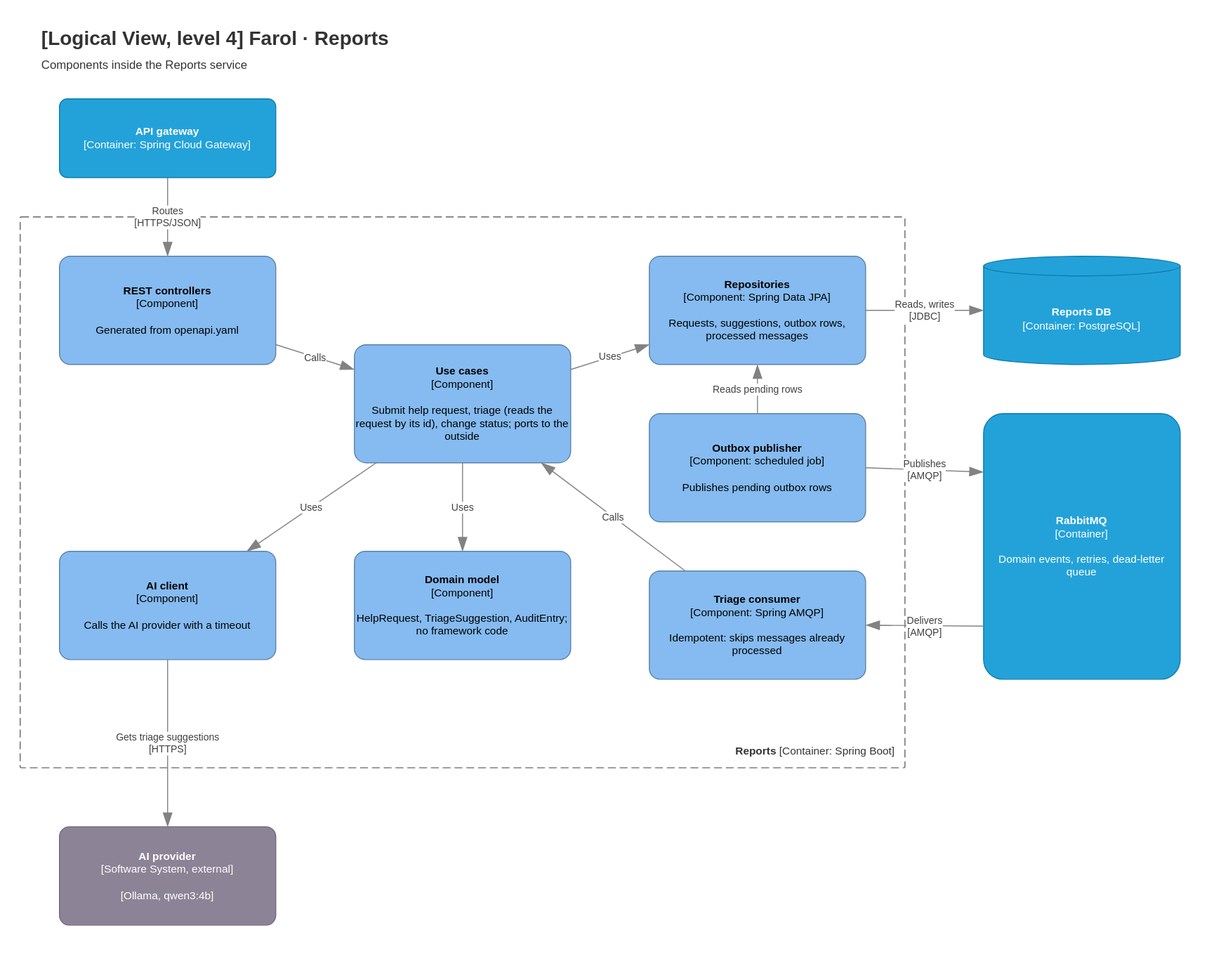
The draw.io diagram Docs/Technical/diagrams/logical-view-level-4-reports.drawio.svg in tomasoliveira21/LABDSOF, before a commit. Source tidied: cells renumbered, new cells last; positions are measured from the earlier drawing's top-left corner, leaving out a move shared by most shapes.
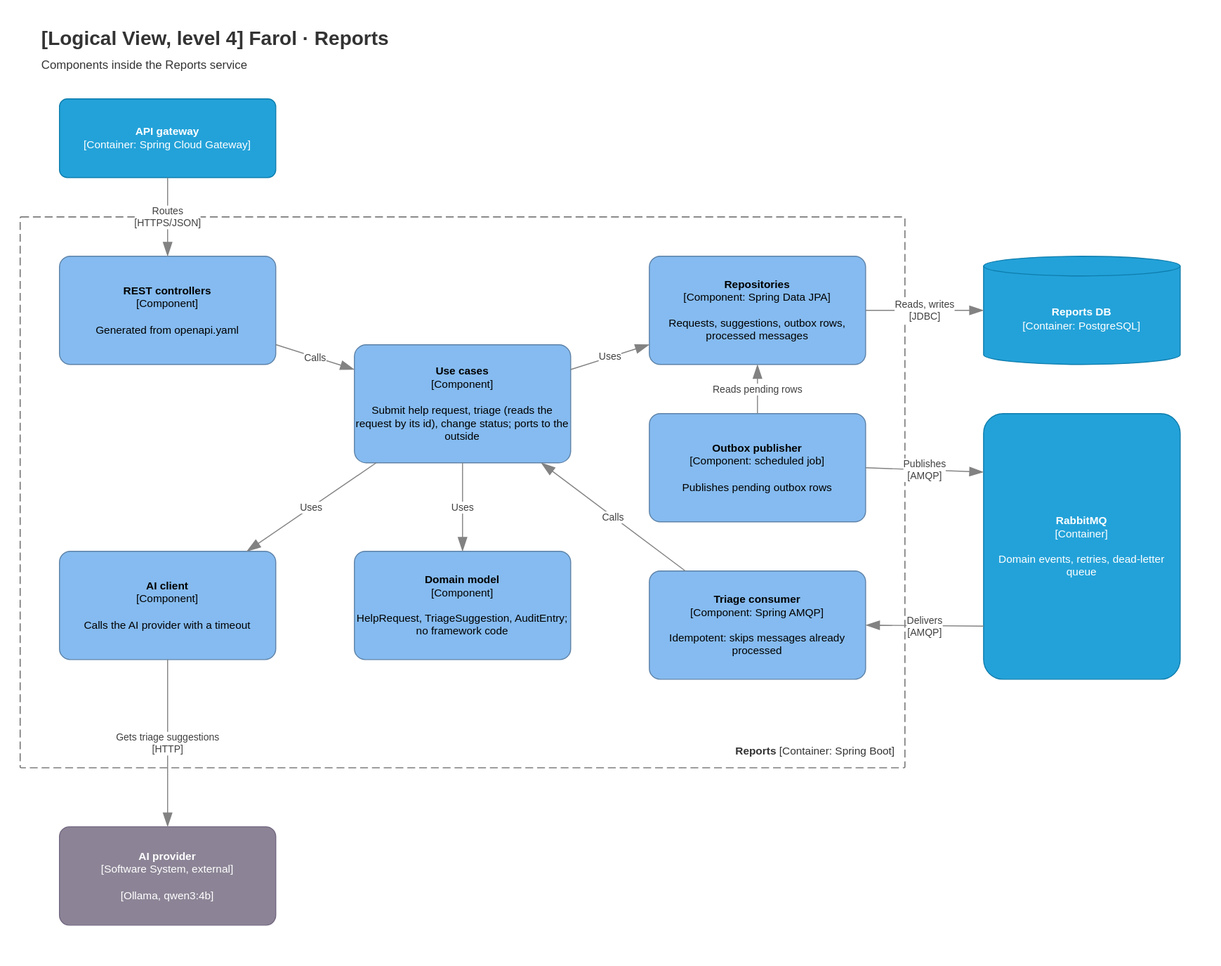
The same diagram one commit later.

Commit message:
docs (#162): Correct the AI call protocol label

The level-4 Reports diagrams (logical view and its mapping) labelled
the call to the AI provider "[HTTPS]". The provider is the local Ollama
container, reached over HTTP: process view level 3 "[HTTP, timeout,
one attempt]" and physical view level 3 "HTTP (proxy)". Changed in the
draw.io model and in the picture; both files parse.

What changed in the source:
```diff
@@ -59,7 +59,7 @@
     <mxCell id="20" value="Uses" style="endArrow=blockThin;html=1;fontSize=10;fontColor=#404040;endFill=1;strokeColor=#828282;endSize=12;rounded=0;labelBackgroundColor=#ffffff;" parent="1" edge="1" source="6" target="7">
       <mxGeometry relative="1" as="geometry" />
     </mxCell>
-    <mxCell id="21" value="Gets triage suggestions&lt;br&gt;[HTTPS]" style="endArrow=blockThin;html=1;fontSize=10;fontColor=#404040;endFill=1;strokeColor=#828282;endSize=12;rounded=0;labelBackgroundColor=#ffffff;" parent="1" edge="1" source="7" target="14">
+    <mxCell id="21" value="Gets triage suggestions&lt;br&gt;[HTTP]" style="endArrow=blockThin;html=1;fontSize=10;fontColor=#404040;endFill=1;strokeColor=#828282;endSize=12;rounded=0;labelBackgroundColor=#ffffff;" parent="1" edge="1" source="7" target="14">
       <mxGeometry relative="1" as="geometry" />
     </mxCell>
     <mxCell id="22" value="Reads, writes&lt;br&gt;[JDBC]" style="endArrow=blockThin;html=1;fontSize=10;fontColor=#404040;endFill=1;strokeColor=#828282;endSize=12;rounded=0;labelBackgroundColor=#ffffff;" parent="1" edge="1" source="9" target="12">
```
